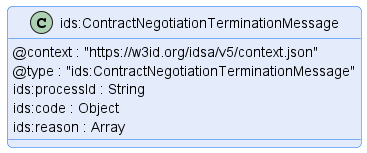
Before: negotiation/message/diagram/contract-negotiation-termination-message.png, a diagram exported from PlantUML (International-Data-Spaces-Association/ids-specification).
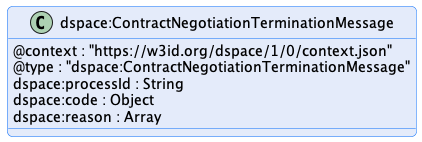
After the commit.

The edit, as a diff of the source:
```diff
@@ -1,17 +1,17 @@
 @startuml "contract-negotiation-termination-message"
 !pragma layout smetana
 
-!include ../../diagrams/diagram.styles.puml
+!include ../../../common/style/diagram.styles.puml
 
 hide empty description
 
 
-class "ids:ContractNegotiationTerminationMessage" {
-    @context : "https://w3id.org/idsa/v5/context.json"
-    @type : "ids:ContractNegotiationTerminationMessage"
-    ids:processId : String
-    ids:code : Object
-    ids:reason : Array
+class "dspace:ContractNegotiationTerminationMessage" {
+    @context : "https://w3id.org/dspace/1/0/context.json"
+    @type : "dspace:ContractNegotiationTerminationMessage"
+    dspace:processId : String
+    dspace:code : Object
+    dspace:reason : Array
 }
 
 @enduml
```
